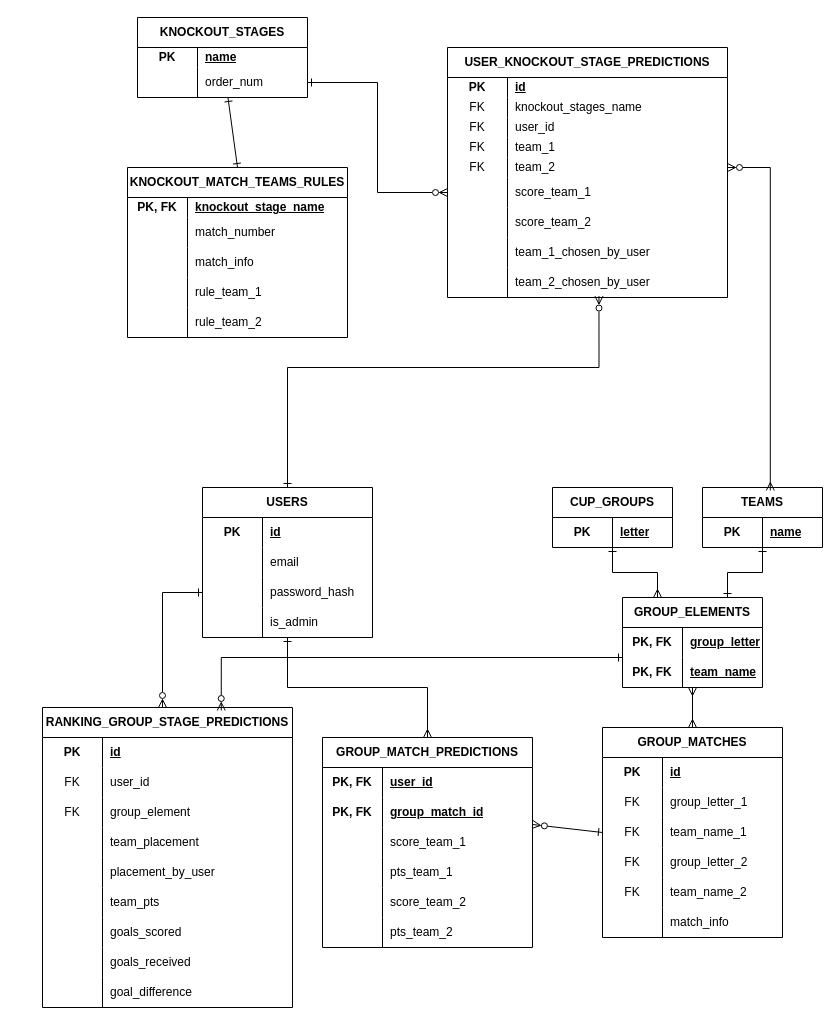
Before: docs/Databade - Diagrama ER.drawio in PedroKBarros/Bolao-do-Joca-2026, a draw.io diagram. Source tidied: cells renumbered, new cells numbered last; positions are measured from the earlier drawing's top-left corner, leaving out a move shared by most shapes. Both pictures are drawn from the tidied source at 100%, with x=0, y=0 at pixel (42, 17).
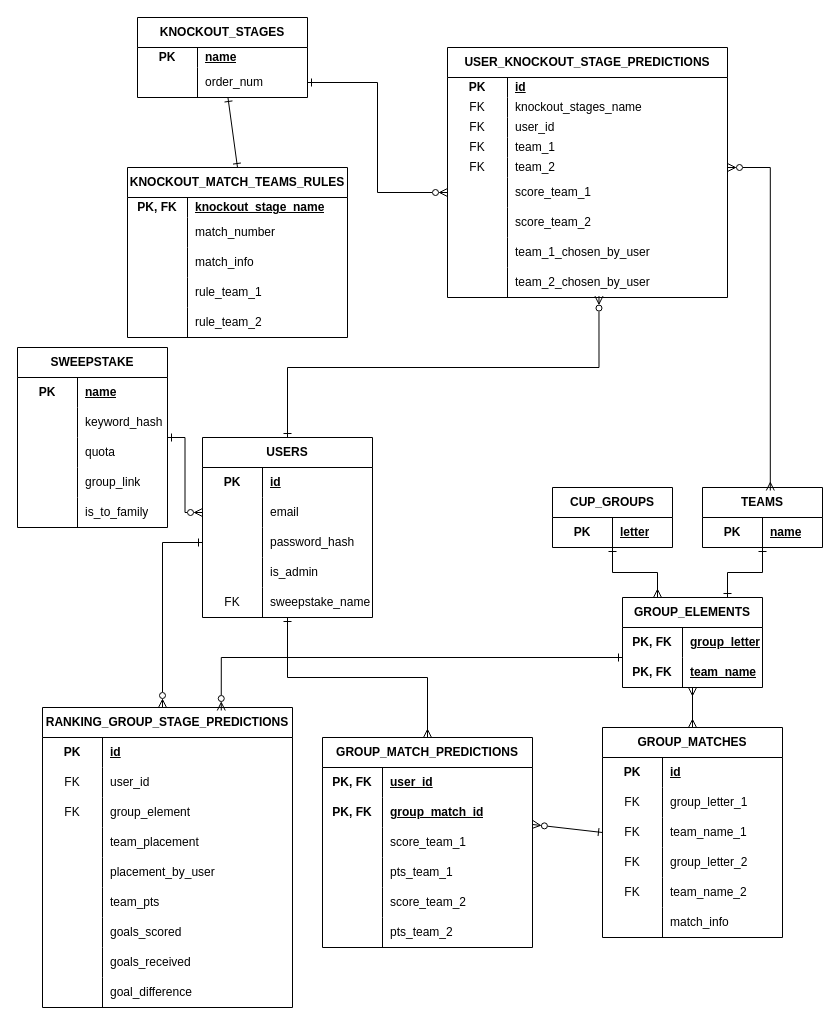
The same diagram, later.

Commit message (it also covers changes not shown here):
Add and populated table sweepstake

The change refers to these unchanged cells:
```xml
<mxCell id="64" style="shape=tableRow;horizontal=0;startSize=0;swimlaneHead=0;swimlaneBody=0;fillColor=none;points=[[0,0.5],[1,0.5]];portConstraint=eastwest;top=0;left=0;right=0;bottom=0;html=1;rounded=0;" parent="60" vertex="1">
  <mxGeometry y="60" width="170" height="30" as="geometry" />
</mxCell>
```

Diff of the diagram source:
```diff
@@
     <mxCell id="60" value="USERS" style="shape=table;startSize=30;childLayout=tableLayout;rowLines=0;fontStyle=1;align=center;html=1;whiteSpace=wrap;rounded=0;" parent="1" vertex="1">
-      <mxGeometry x="160" y="470" width="170" height="150" as="geometry" />
+      <mxGeometry x="160" y="420" width="170" height="180" as="geometry" />
     </mxCell>
@@
+    <mxCell id="158" style="shape=tableRow;horizontal=0;startSize=0;swimlaneHead=0;swimlaneBody=0;fillColor=none;top=0;left=0;right=0;bottom=0;html=1;rounded=0;" parent="60" vertex="1">
+      <mxGeometry y="150" width="170" height="30" as="geometry" />
+    </mxCell>
+    <mxCell id="159" value="FK" style="shape=partialRectangle;fillColor=none;top=0;left=0;bottom=0;right=0;fontStyle=0;overflow=hidden;html=1;whiteSpace=wrap;rounded=0;" parent="158" vertex="1">
+      <mxGeometry width="60" height="30" as="geometry" />
+    </mxCell>
+    <mxCell id="160" value="sweepstake_name" style="shape=partialRectangle;fillColor=none;top=0;left=0;bottom=0;right=0;align=left;spacingLeft=6;fontStyle=0;overflow=hidden;html=1;whiteSpace=wrap;rounded=0;" parent="158" vertex="1">
+      <mxGeometry x="60" width="110" height="30" as="geometry" />
+    </mxCell>
@@
+    <mxCell id="161" style="edgeStyle=orthogonalEdgeStyle;html=1;entryX=0;entryY=0.5;entryDx=0;entryDy=0;rounded=0;curved=0;endArrow=ERzeroToMany;endFill=0;startArrow=ERone;startFill=0;" parent="1" edge="1" source="162" target="64">
+      <mxGeometry relative="1" as="geometry" />
+    </mxCell>
+    <mxCell id="162" value="SWEEPSTAKE" style="shape=table;startSize=30;childLayout=tableLayout;rowLines=0;fontStyle=1;align=center;html=1;whiteSpace=wrap;rounded=0;" parent="1" vertex="1">
+      <mxGeometry x="-25" y="330" width="150" height="180" as="geometry" />
+    </mxCell>
+    <mxCell id="163" style="shape=tableRow;horizontal=0;startSize=0;swimlaneHead=0;swimlaneBody=0;fillColor=none;top=0;left=0;right=0;bottom=0;html=1;rounded=0;" parent="162" vertex="1">
+      <mxGeometry y="30" width="150" height="30" as="geometry" />
+    </mxCell>
+    <mxCell id="164" value="PK" style="shape=partialRectangle;fillColor=none;top=0;left=0;bottom=0;right=0;fontStyle=1;overflow=hidden;html=1;whiteSpace=wrap;rounded=0;" parent="163" vertex="1">
+      <mxGeometry width="60" height="30" as="geometry" />
+    </mxCell>
+    <mxCell id="165" value="name" style="shape=partialRectangle;fillColor=none;top=0;left=0;bottom=0;right=0;align=left;spacingLeft=6;fontStyle=5;overflow=hidden;html=1;whiteSpace=wrap;rounded=0;" parent="163" vertex="1">
+      <mxGeometry x="60" width="90" height="30" as="geometry" />
+    </mxCell>
+    <mxCell id="166" style="shape=tableRow;horizontal=0;startSize=0;swimlaneHead=0;swimlaneBody=0;fillColor=none;top=0;left=0;right=0;bottom=0;html=1;rounded=0;" parent="162" vertex="1">
+      <mxGeometry y="60" width="150" height="30" as="geometry" />
+    </mxCell>
+    <mxCell id="167" style="shape=partialRectangle;fillColor=none;top=0;left=0;bottom=0;right=0;fontStyle=1;overflow=hidden;html=1;whiteSpace=wrap;rounded=0;" parent="166" vertex="1">
+      <mxGeometry width="60" height="30" as="geometry" />
+    </mxCell>
+    <mxCell id="168" value="keyword_hash" style="shape=partialRectangle;fillColor=none;top=0;left=0;bottom=0;right=0;align=left;spacingLeft=6;fontStyle=0;overflow=hidden;html=1;whiteSpace=wrap;rounded=0;" parent="166" vertex="1">
+      <mxGeometry x="60" width="90" height="30" as="geometry" />
+    </mxCell>
+    <mxCell id="169" style="shape=tableRow;horizontal=0;startSize=0;swimlaneHead=0;swimlaneBody=0;fillColor=none;top=0;left=0;right=0;bottom=0;html=1;rounded=0;" parent="162" vertex="1">
+      <mxGeometry y="90" width="150" height="30" as="geometry" />
+    </mxCell>
+    <mxCell id="170" style="shape=partialRectangle;fillColor=none;top=0;left=0;bottom=0;right=0;fontStyle=1;overflow=hidden;html=1;whiteSpace=wrap;rounded=0;" parent="169" vertex="1">
+      <mxGeometry width="60" height="30" as="geometry" />
+    </mxCell>
+    <mxCell id="171" value="quota" style="shape=partialRectangle;fillColor=none;top=0;left=0;bottom=0;right=0;align=left;spacingLeft=6;fontStyle=0;overflow=hidden;html=1;whiteSpace=wrap;rounded=0;" parent="169" vertex="1">
+      <mxGeometry x="60" width="90" height="30" as="geometry" />
+    </mxCell>
+    <mxCell id="172" style="shape=tableRow;horizontal=0;startSize=0;swimlaneHead=0;swimlaneBody=0;fillColor=none;top=0;left=0;right=0;bottom=0;html=1;rounded=0;" parent="162" vertex="1">
+      <mxGeometry y="120" width="150" height="30" as="geometry" />
+    </mxCell>
+    <mxCell id="173" style="shape=partialRectangle;fillColor=none;top=0;left=0;bottom=0;right=0;fontStyle=1;overflow=hidden;html=1;whiteSpace=wrap;rounded=0;" parent="172" vertex="1">
+      <mxGeometry width="60" height="30" as="geometry" />
+    </mxCell>
+    <mxCell id="174" value="group_link" style="shape=partialRectangle;fillColor=none;top=0;left=0;bottom=0;right=0;align=left;spacingLeft=6;fontStyle=0;overflow=hidden;html=1;whiteSpace=wrap;rounded=0;" parent="172" vertex="1">
+      <mxGeometry x="60" width="90" height="30" as="geometry" />
+    </mxCell>
+    <mxCell id="175" style="shape=tableRow;horizontal=0;startSize=0;swimlaneHead=0;swimlaneBody=0;fillColor=none;top=0;left=0;right=0;bottom=0;html=1;rounded=0;" parent="162" vertex="1">
+      <mxGeometry y="150" width="150" height="30" as="geometry" />
+    </mxCell>
+    <mxCell id="176" style="shape=partialRectangle;fillColor=none;top=0;left=0;bottom=0;right=0;fontStyle=1;overflow=hidden;html=1;whiteSpace=wrap;rounded=0;" parent="175" vertex="1">
+      <mxGeometry width="60" height="30" as="geometry" />
+    </mxCell>
+    <mxCell id="177" value="is_to_family" style="shape=partialRectangle;fillColor=none;top=0;left=0;bottom=0;right=0;align=left;spacingLeft=6;fontStyle=0;overflow=hidden;html=1;whiteSpace=wrap;rounded=0;" parent="175" vertex="1">
+      <mxGeometry x="60" width="90" height="30" as="geometry" />
+    </mxCell>
```
